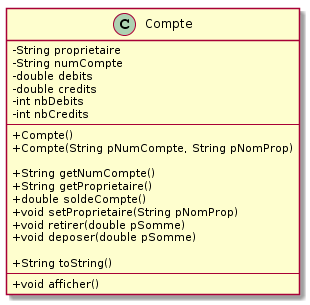
The PlantUML diagram POO/images/plantuml/classeCompte.png in IUT-Blagnac/POO, before a commit. The source it was exported from:
```plantuml
@startuml
skinparam classAttributeIconSize 0

class Compte {
	- String proprietaire
	- String numCompte
	- double debits
	- double credits
	- int nbDebits
	- int nbCredits
	---
	+ Compte()
	+ Compte(String pNumCompte, String pNomProp)

	+ String getNumCompte()
	+ String getProprietaire()
	+ double soldeCompte()
	+ void setProprietaire(String pNomProp)
	+ void retirer(double pSomme)
	+ void deposer(double pSomme)

	+ String toString()
	---
	+ void afficher()
}
@enduml
```
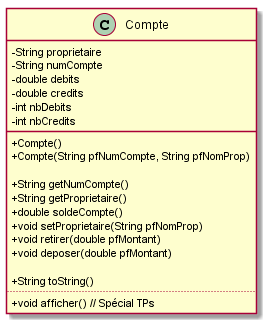
Above is the later version.

The edit, as a diff of the source:
```diff
@@ -8,19 +8,19 @@
 	- double credits
 	- int nbDebits
 	- int nbCredits
-	---
+____
 	+ Compte()
-	+ Compte(String pNumCompte, String pNomProp)
+	+ Compte(String pfNumCompte, String pfNomProp)
 
 	+ String getNumCompte()
 	+ String getProprietaire()
 	+ double soldeCompte()
-	+ void setProprietaire(String pNomProp)
-	+ void retirer(double pSomme)
-	+ void deposer(double pSomme)
+	+ void setProprietaire(String pfNomProp)
+	+ void retirer(double pfMontant)
+	+ void deposer(double pfMontant)
 
 	+ String toString()
-	---
-	+ void afficher()
+....
+	+ void afficher() // Spécial TPs
 }
 @enduml
```
